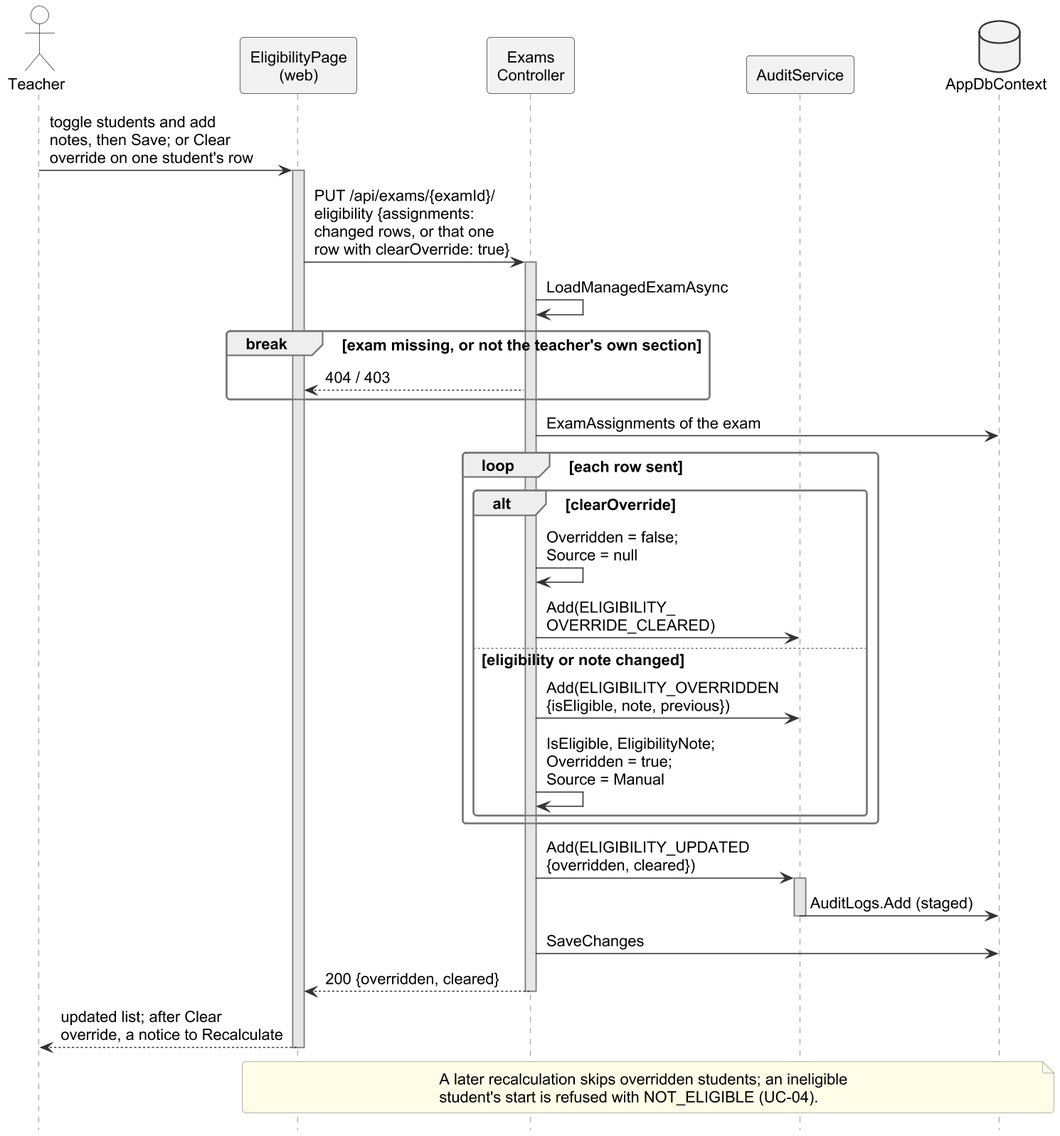
Before: important docs/fyp_doc_3chatp/Figures/seq_eligibility_c.png, a diagram exported from PlantUML (Haiderali27-hub/AI-Lab-Monitoring-).
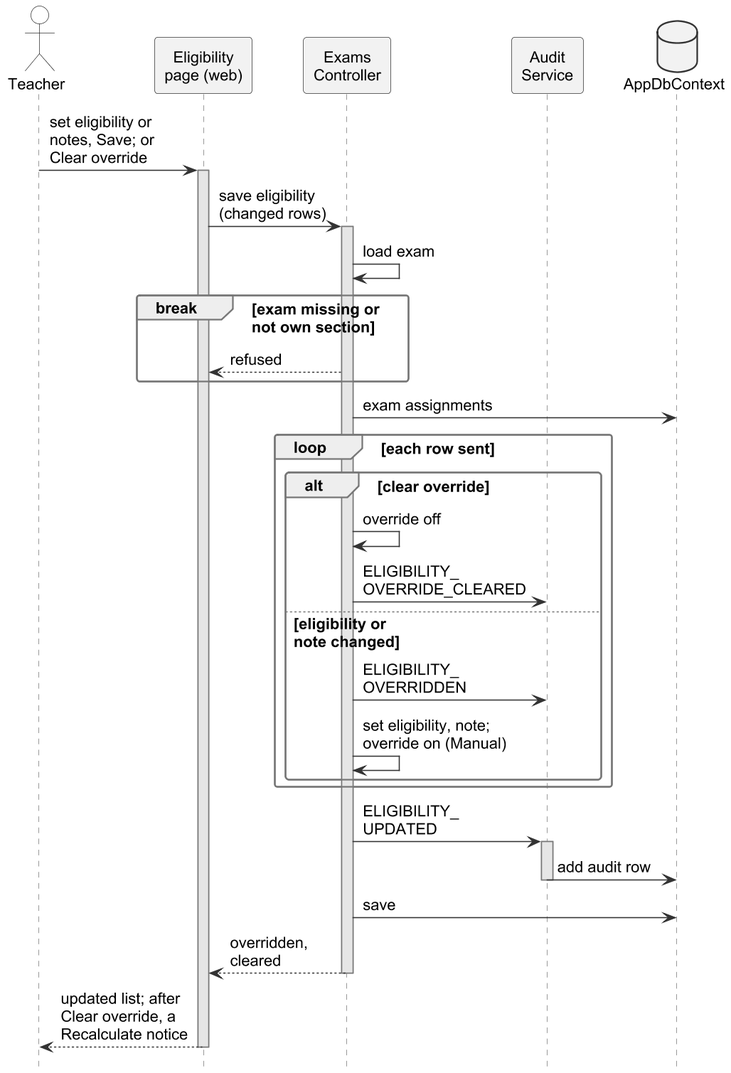
After the commit.

What changed in the source:
```diff
@@ -5,7 +5,7 @@
 skinparam maxMessageSize 200
 hide footbox
 hide unlinked
-skinparam ParticipantPadding 2
+skinparam ParticipantPadding 6
 skinparam BoxPadding 0
 skinparam sequence {
   MessageAlign left
@@ -13,37 +13,36 @@
 }
 
 actor Teacher as T
-participant "EligibilityPage\n(web)" as UI
+participant "Eligibility\npage (web)" as UI
 participant "Exams\nController" as EC
-participant "AuditService" as AS
+participant "Audit\nService" as AS
 database "AppDbContext" as DB
 
-T -> UI : toggle students and add\nnotes, then Save; or Clear\noverride on one student's row
+T -> UI : set eligibility or\nnotes, Save; or\nClear override
 activate UI
-UI -> EC : PUT /api/exams/{examId}/\neligibility {assignments:\nchanged rows, or that one\nrow with clearOverride: true}
+UI -> EC : save eligibility\n(changed rows)
 activate EC
-EC -> EC : LoadManagedExamAsync
-break exam missing, or not the teacher's own section
-  EC --> UI : 404 / 403
+EC -> EC : load exam
+break exam missing or\nnot own section
+  EC --> UI : refused
 end
-EC -> DB : ExamAssignments of the exam
+EC -> DB : exam assignments
 loop each row sent
-  alt clearOverride
-    EC -> EC : Overridden = false;\nSource = null
-    EC -> AS : Add(ELIGIBILITY_\nOVERRIDE_CLEARED)
-  else eligibility or note changed
-    EC -> AS : Add(ELIGIBILITY_OVERRIDDEN\n{isEligible, note, previous})
-    EC -> EC : IsEligible, EligibilityNote;\nOverridden = true;\nSource = Manual
+  alt clear override
+    EC -> EC : override off
+    EC -> AS : ELIGIBILITY_\nOVERRIDE_CLEARED
+  else eligibility or\nnote changed
+    EC -> AS : ELIGIBILITY_\nOVERRIDDEN
+    EC -> EC : set eligibility, note;\noverride on (Manual)
   end
 end
-EC -> AS : Add(ELIGIBILITY_UPDATED\n{overridden, cleared})
+EC -> AS : ELIGIBILITY_\nUPDATED
 activate AS
-AS -> DB : AuditLogs.Add (staged)
+AS -> DB : add audit row
 deactivate AS
-EC -> DB : SaveChanges
-EC --> UI : 200 {overridden, cleared}
+EC -> DB : save
+EC --> UI : overridden,\ncleared
 deactivate EC
-UI --> T : updated list; after Clear\noverride, a notice to Recalculate
+UI --> T : updated list; after\nClear override, a\nRecalculate notice
 deactivate UI
-note over UI, DB : A later recalculation skips overridden students; an ineligible\nstudent's start is refused with NOT_ELIGIBLE (UC-04).
 @enduml
```
